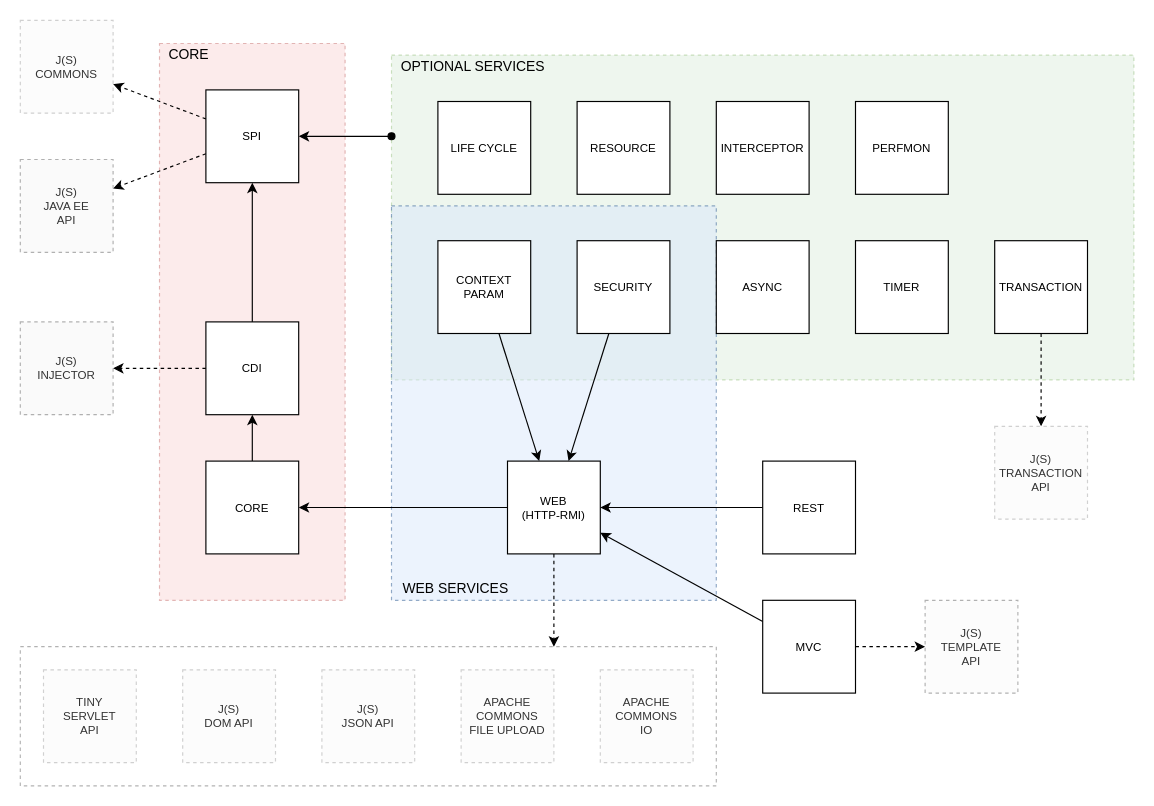
The draw.io diagram page "Container Architecture" (5 of 14) of docs/container.drawio in js-lib-com/tiny-container, before the edit. Source tidied: cells renumbered, new cells numbered last; positions are measured from the earlier drawing's top-left corner, leaving out a move shared by most shapes. Both pictures are drawn from the tidied source at 116%, with x=0, y=0 at pixel (20, 20).
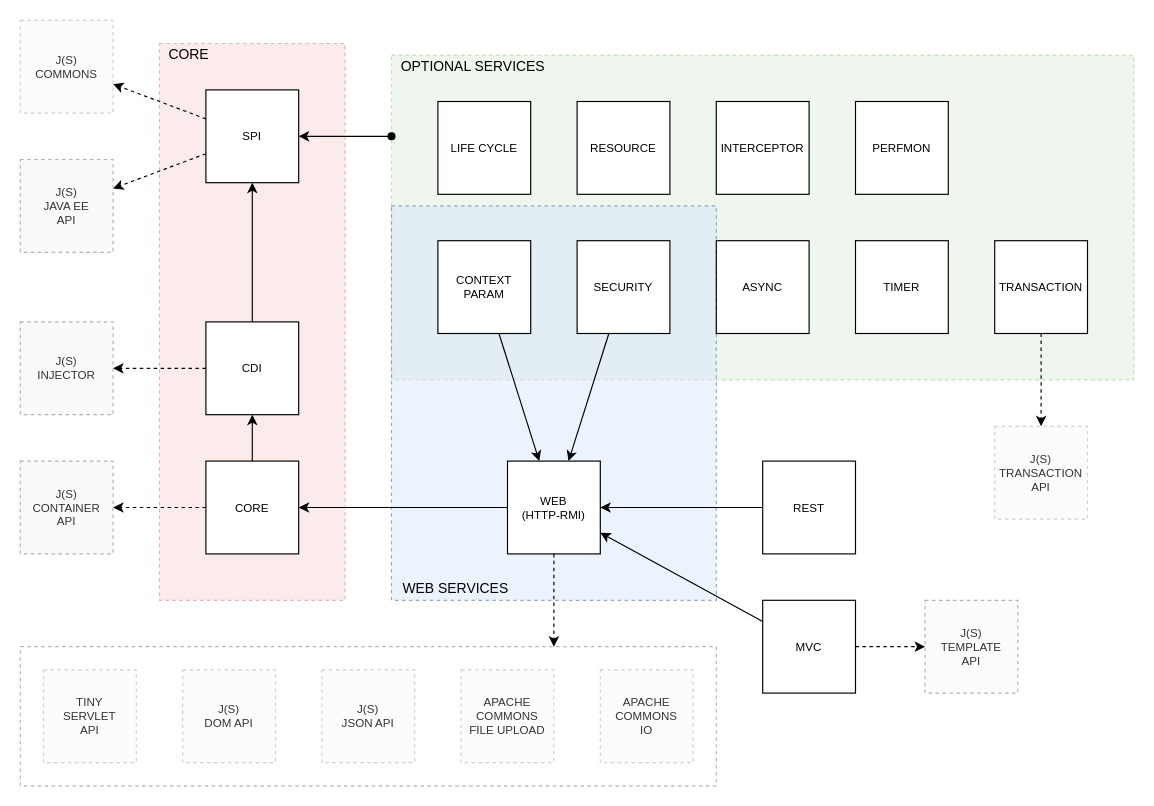
The same diagram, later.

Commit message (it also covers changes not shown here):
Add application embedded container API and implement container provider.

Unchanged cells that the change refers to:
```xml
<mxCell id="7" value="CORE" style="whiteSpace=wrap;html=1;fontSize=10;" parent="1" vertex="1">
  <mxGeometry x="160" y="380" width="80" height="80" as="geometry" />
</mxCell>
```

Change to the diagram source:
```diff
@@
+    <mxCell id="48" value="J(S)&lt;br&gt;CONTAINER&lt;br&gt;API" style="whiteSpace=wrap;html=1;fontSize=10;fillColor=#f5f5f5;strokeColor=#666666;fontColor=#333333;opacity=50;dashed=1;" parent="1" vertex="1">
+      <mxGeometry y="380" width="80" height="80" as="geometry" />
+    </mxCell>
+    <mxCell id="49" style="rounded=0;jettySize=auto;html=1;fontSize=10;dashed=1;" parent="1" edge="1" source="7" target="48">
+      <mxGeometry relative="1" as="geometry" />
+    </mxCell>
```
